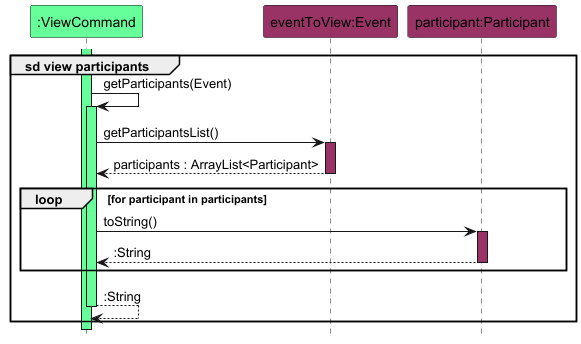
Earlier version of the PlantUML export docs/images/ViewParticipantSequenceDiagram.png (nus-cs2113-AY2425S1/tp).
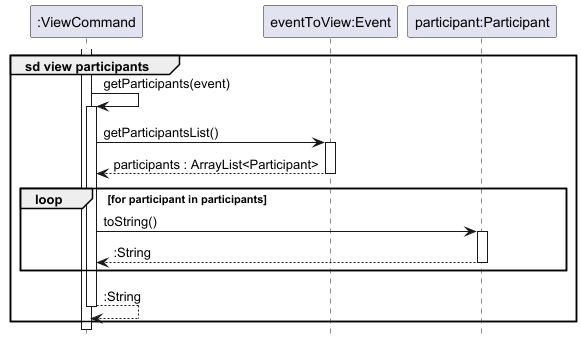
After the change.

Diff of the diagram source:
```diff
@@ -2,23 +2,23 @@
 !include style.puml
 hide footbox
 
-participant ":ViewCommand" as command COMMAND_COLOUR
-participant "eventToView:Event" as event EVENT_COLOUR
-participant "participant:Participant" as participant EVENT_COLOUR
+participant ":ViewCommand" as command
+participant "eventToView:Event" as event
+participant "participant:Participant" as participant
 
 group sd view participants
-    activate command COMMAND_COLOUR
-    command -> command : getParticipants(Event)
-    activate command COMMAND_COLOUR
+    activate command
+    command -> command : getParticipants(event)
+    activate command
 
     command -> event : getParticipantsList()
-    activate event EVENT_COLOUR
+    activate event
 
     return participants : ArrayList<Participant>
 
     loop for participant in participants
         command -> participant : toString()
-        activate participant EVENT_COLOUR
+        activate participant
         return :String
     end
     return :String
```
